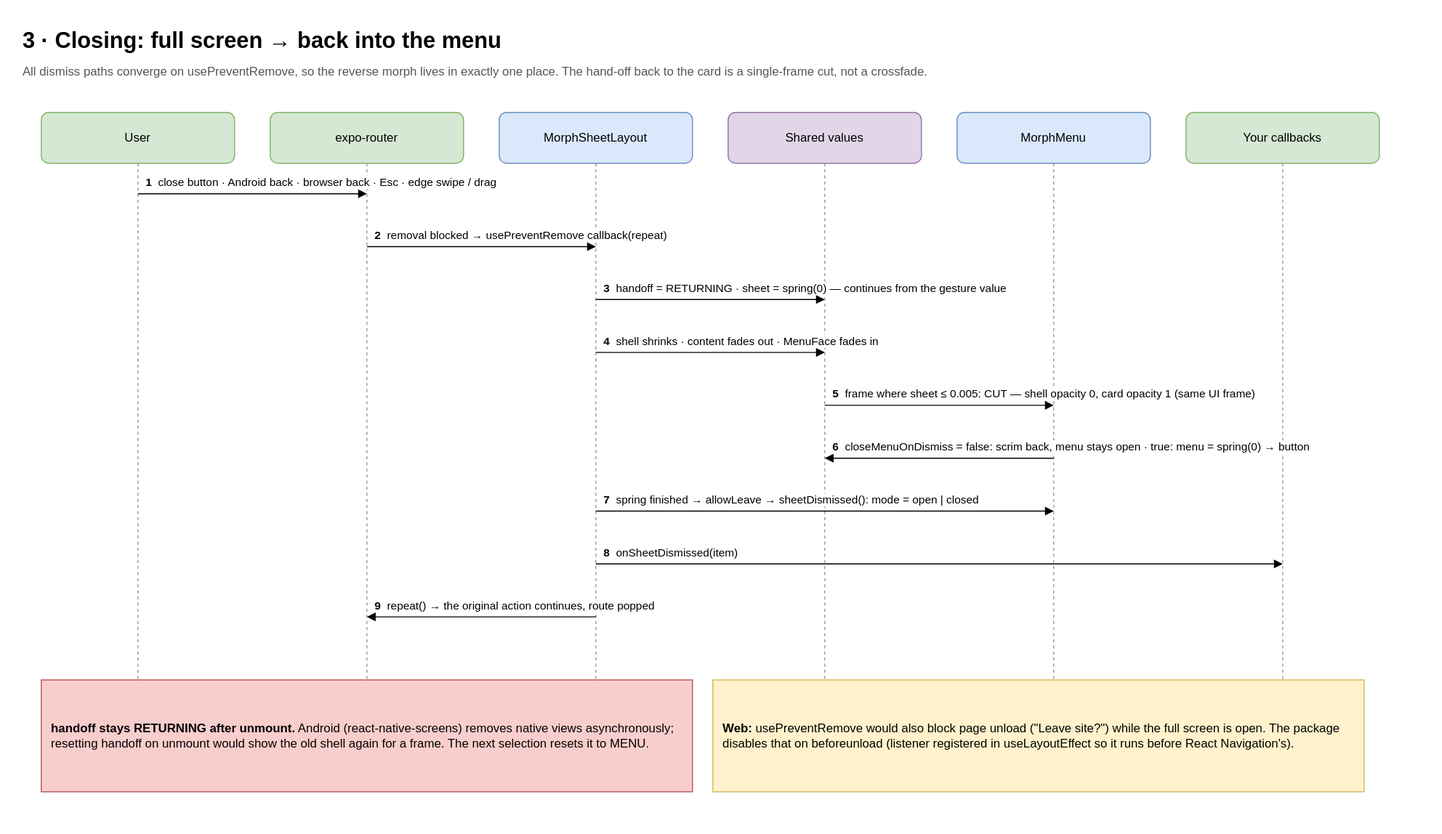
Before: docs/diagrams/svg/en/3-closing.svg, a diagram exported from draw.io (anhtuank7c/expo-morph-menu). Source tidied: cells renumbered, new cells last; positions are measured from the earlier drawing's top-left corner, leaving out a move shared by most shapes. Source of this version:
```xml
<mxGraphModel background="#ffffff">
  <root>
    <mxCell id="0" />
    <mxCell id="1" parent="0" />
    <mxCell id="2" value="3 · Closing: full screen → back into the menu" style="text;html=1;fontSize=22;fontStyle=1;align=left;verticalAlign=top;" parent="1" vertex="1">
      <mxGeometry width="900" height="34" as="geometry" />
    </mxCell>
    <mxCell id="3" value="All dismiss paths converge on usePreventRemove, so the reverse morph lives in exactly one place. The hand-off back to the card is a single-frame cut, not a crossfade." style="text;html=1;fontSize=12;fontColor=#555555;align=left;verticalAlign=top;whiteSpace=wrap;" parent="1" vertex="1">
      <mxGeometry y="36" width="1250" height="40" as="geometry" />
    </mxCell>
    <mxCell id="4" value="User" style="rounded=1;whiteSpace=wrap;html=1;fillColor=#d5e8d4;strokeColor=#82b366;" parent="1" vertex="1">
      <mxGeometry x="20" y="90" width="190" height="50" as="geometry" />
    </mxCell>
    <mxCell id="5" style="endArrow=none;dashed=1;html=1;strokeColor=#999999;" parent="1" edge="1">
      <mxGeometry relative="1" as="geometry">
        <mxPoint x="115" y="140" as="sourcePoint" />
        <mxPoint x="115" y="740" as="targetPoint" />
      </mxGeometry>
    </mxCell>
    <mxCell id="6" value="expo-router" style="rounded=1;whiteSpace=wrap;html=1;fillColor=#d5e8d4;strokeColor=#82b366;" parent="1" vertex="1">
      <mxGeometry x="245" y="90" width="190" height="50" as="geometry" />
    </mxCell>
    <mxCell id="7" style="endArrow=none;dashed=1;html=1;strokeColor=#999999;" parent="1" edge="1">
      <mxGeometry relative="1" as="geometry">
        <mxPoint x="340" y="140" as="sourcePoint" />
        <mxPoint x="340" y="740" as="targetPoint" />
      </mxGeometry>
    </mxCell>
    <mxCell id="8" value="MorphSheetLayout" style="rounded=1;whiteSpace=wrap;html=1;fillColor=#dae8fc;strokeColor=#6c8ebf;" parent="1" vertex="1">
      <mxGeometry x="470" y="90" width="190" height="50" as="geometry" />
    </mxCell>
    <mxCell id="9" style="endArrow=none;dashed=1;html=1;strokeColor=#999999;" parent="1" edge="1">
      <mxGeometry relative="1" as="geometry">
        <mxPoint x="565" y="140" as="sourcePoint" />
        <mxPoint x="565" y="740" as="targetPoint" />
      </mxGeometry>
    </mxCell>
    <mxCell id="10" value="Shared values" style="rounded=1;whiteSpace=wrap;html=1;fillColor=#e1d5e7;strokeColor=#9673a6;" parent="1" vertex="1">
      <mxGeometry x="695" y="90" width="190" height="50" as="geometry" />
    </mxCell>
    <mxCell id="11" style="endArrow=none;dashed=1;html=1;strokeColor=#999999;" parent="1" edge="1">
      <mxGeometry relative="1" as="geometry">
        <mxPoint x="790" y="140" as="sourcePoint" />
        <mxPoint x="790" y="740" as="targetPoint" />
      </mxGeometry>
    </mxCell>
    <mxCell id="12" value="MorphMenu" style="rounded=1;whiteSpace=wrap;html=1;fillColor=#dae8fc;strokeColor=#6c8ebf;" parent="1" vertex="1">
      <mxGeometry x="920" y="90" width="190" height="50" as="geometry" />
    </mxCell>
    <mxCell id="13" style="endArrow=none;dashed=1;html=1;strokeColor=#999999;" parent="1" edge="1">
      <mxGeometry relative="1" as="geometry">
        <mxPoint x="1015" y="140" as="sourcePoint" />
        <mxPoint x="1015" y="740" as="targetPoint" />
      </mxGeometry>
    </mxCell>
    <mxCell id="14" value="Your callbacks" style="rounded=1;whiteSpace=wrap;html=1;fillColor=#d5e8d4;strokeColor=#82b366;" parent="1" vertex="1">
      <mxGeometry x="1145" y="90" width="190" height="50" as="geometry" />
    </mxCell>
    <mxCell id="15" style="endArrow=none;dashed=1;html=1;strokeColor=#999999;" parent="1" edge="1">
      <mxGeometry relative="1" as="geometry">
        <mxPoint x="1240" y="140" as="sourcePoint" />
        <mxPoint x="1240" y="740" as="targetPoint" />
      </mxGeometry>
    </mxCell>
    <mxCell id="16" style="endArrow=block;endFill=1;html=1;" parent="1" edge="1">
      <mxGeometry relative="1" as="geometry">
        <mxPoint x="115" y="170" as="sourcePoint" />
        <mxPoint x="340" y="170" as="targetPoint" />
      </mxGeometry>
    </mxCell>
    <mxCell id="17" value="&lt;b&gt;1&lt;/b&gt;&amp;nbsp; close button · Android back · browser back · Esc · edge swipe / drag" style="text;html=1;fontSize=11;align=left;verticalAlign=bottom;whiteSpace=wrap;labelBackgroundColor=#ffffff;" parent="1" vertex="1">
      <mxGeometry x="121" y="136" width="560" height="32" as="geometry" />
    </mxCell>
    <mxCell id="18" style="endArrow=block;endFill=1;html=1;" parent="1" edge="1">
      <mxGeometry relative="1" as="geometry">
        <mxPoint x="340" y="222" as="sourcePoint" />
        <mxPoint x="565" y="222" as="targetPoint" />
      </mxGeometry>
    </mxCell>
    <mxCell id="19" value="&lt;b&gt;2&lt;/b&gt;&amp;nbsp; removal blocked → usePreventRemove callback(repeat)" style="text;html=1;fontSize=11;align=left;verticalAlign=bottom;whiteSpace=wrap;labelBackgroundColor=#ffffff;" parent="1" vertex="1">
      <mxGeometry x="346" y="188" width="560" height="32" as="geometry" />
    </mxCell>
    <mxCell id="20" style="endArrow=block;endFill=1;html=1;" parent="1" edge="1">
      <mxGeometry relative="1" as="geometry">
        <mxPoint x="565" y="274" as="sourcePoint" />
        <mxPoint x="790" y="274" as="targetPoint" />
      </mxGeometry>
    </mxCell>
    <mxCell id="21" value="&lt;b&gt;3&lt;/b&gt;&amp;nbsp; handoff = RETURNING · sheet = spring(0) — continues from the gesture value" style="text;html=1;fontSize=11;align=left;verticalAlign=bottom;whiteSpace=wrap;labelBackgroundColor=#ffffff;" parent="1" vertex="1">
      <mxGeometry x="571" y="240" width="560" height="32" as="geometry" />
    </mxCell>
    <mxCell id="22" style="endArrow=block;endFill=1;html=1;" parent="1" edge="1">
      <mxGeometry relative="1" as="geometry">
        <mxPoint x="565" y="326" as="sourcePoint" />
        <mxPoint x="790" y="326" as="targetPoint" />
      </mxGeometry>
    </mxCell>
    <mxCell id="23" value="&lt;b&gt;4&lt;/b&gt;&amp;nbsp; shell shrinks · content fades out · MenuFace fades in" style="text;html=1;fontSize=11;align=left;verticalAlign=bottom;whiteSpace=wrap;labelBackgroundColor=#ffffff;" parent="1" vertex="1">
      <mxGeometry x="571" y="292" width="560" height="32" as="geometry" />
    </mxCell>
    <mxCell id="24" style="endArrow=block;endFill=1;html=1;" parent="1" edge="1">
      <mxGeometry relative="1" as="geometry">
        <mxPoint x="790" y="378" as="sourcePoint" />
        <mxPoint x="1015" y="378" as="targetPoint" />
      </mxGeometry>
    </mxCell>
    <mxCell id="25" value="&lt;b&gt;5&lt;/b&gt;&amp;nbsp; frame where sheet ≤ 0.005: CUT — shell opacity 0, card opacity 1 (same UI frame)" style="text;html=1;fontSize=11;align=left;verticalAlign=bottom;whiteSpace=wrap;labelBackgroundColor=#ffffff;" parent="1" vertex="1">
      <mxGeometry x="796" y="344" width="560" height="32" as="geometry" />
    </mxCell>
    <mxCell id="26" style="endArrow=block;endFill=1;html=1;" parent="1" edge="1">
      <mxGeometry relative="1" as="geometry">
        <mxPoint x="1015" y="430" as="sourcePoint" />
        <mxPoint x="790" y="430" as="targetPoint" />
      </mxGeometry>
    </mxCell>
    <mxCell id="27" value="&lt;b&gt;6&lt;/b&gt;&amp;nbsp; closeMenuOnDismiss = false: scrim back, menu stays open · true: menu = spring(0) → button" style="text;html=1;fontSize=11;align=left;verticalAlign=bottom;whiteSpace=wrap;labelBackgroundColor=#ffffff;" parent="1" vertex="1">
      <mxGeometry x="796" y="396" width="560" height="32" as="geometry" />
    </mxCell>
    <mxCell id="28" style="endArrow=block;endFill=1;html=1;" parent="1" edge="1">
      <mxGeometry relative="1" as="geometry">
        <mxPoint x="565" y="482" as="sourcePoint" />
        <mxPoint x="1015" y="482" as="targetPoint" />
      </mxGeometry>
    </mxCell>
    <mxCell id="29" value="&lt;b&gt;7&lt;/b&gt;&amp;nbsp; spring finished → allowLeave → sheetDismissed(): mode = open | closed" style="text;html=1;fontSize=11;align=left;verticalAlign=bottom;whiteSpace=wrap;labelBackgroundColor=#ffffff;" parent="1" vertex="1">
      <mxGeometry x="571" y="448" width="560" height="32" as="geometry" />
    </mxCell>
    <mxCell id="30" style="endArrow=block;endFill=1;html=1;" parent="1" edge="1">
      <mxGeometry relative="1" as="geometry">
        <mxPoint x="565" y="534" as="sourcePoint" />
        <mxPoint x="1240" y="534" as="targetPoint" />
      </mxGeometry>
    </mxCell>
    <mxCell id="31" value="&lt;b&gt;8&lt;/b&gt;&amp;nbsp; onSheetDismissed(item)" style="text;html=1;fontSize=11;align=left;verticalAlign=bottom;whiteSpace=wrap;labelBackgroundColor=#ffffff;" parent="1" vertex="1">
      <mxGeometry x="571" y="500" width="663" height="32" as="geometry" />
    </mxCell>
    <mxCell id="32" style="endArrow=block;endFill=1;html=1;" parent="1" edge="1">
      <mxGeometry relative="1" as="geometry">
        <mxPoint x="565" y="586" as="sourcePoint" />
        <mxPoint x="340" y="586" as="targetPoint" />
      </mxGeometry>
    </mxCell>
    <mxCell id="33" value="&lt;b&gt;9&lt;/b&gt;&amp;nbsp; repeat() → the original action continues, route popped" style="text;html=1;fontSize=11;align=left;verticalAlign=bottom;whiteSpace=wrap;labelBackgroundColor=#ffffff;" parent="1" vertex="1">
      <mxGeometry x="346" y="552" width="560" height="32" as="geometry" />
    </mxCell>
    <mxCell id="34" value="&lt;b&gt;handoff stays RETURNING after unmount.&lt;/b&gt; Android (react-native-screens) removes native views asynchronously; resetting handoff on unmount would show the old shell again for a frame. The next selection resets it to MENU." style="rounded=0;whiteSpace=wrap;html=1;fillColor=#f8cecc;strokeColor=#b85450;align=left;spacingLeft=8;spacingRight=8;" parent="1" vertex="1">
      <mxGeometry x="20" y="648" width="640" height="110" as="geometry" />
    </mxCell>
    <mxCell id="35" value="&lt;b&gt;Web:&lt;/b&gt; usePreventRemove would also block page unload (&quot;Leave site?&quot;) while the full screen is open. The package disables that on beforeunload (listener registered in useLayoutEffect so it runs before React Navigation's)." style="rounded=0;whiteSpace=wrap;html=1;fillColor=#fff2cc;strokeColor=#d6b656;align=left;spacingLeft=8;spacingRight=8;" parent="1" vertex="1">
      <mxGeometry x="680" y="648" width="640" height="110" as="geometry" />
    </mxCell>
  </root>
</mxGraphModel>
```
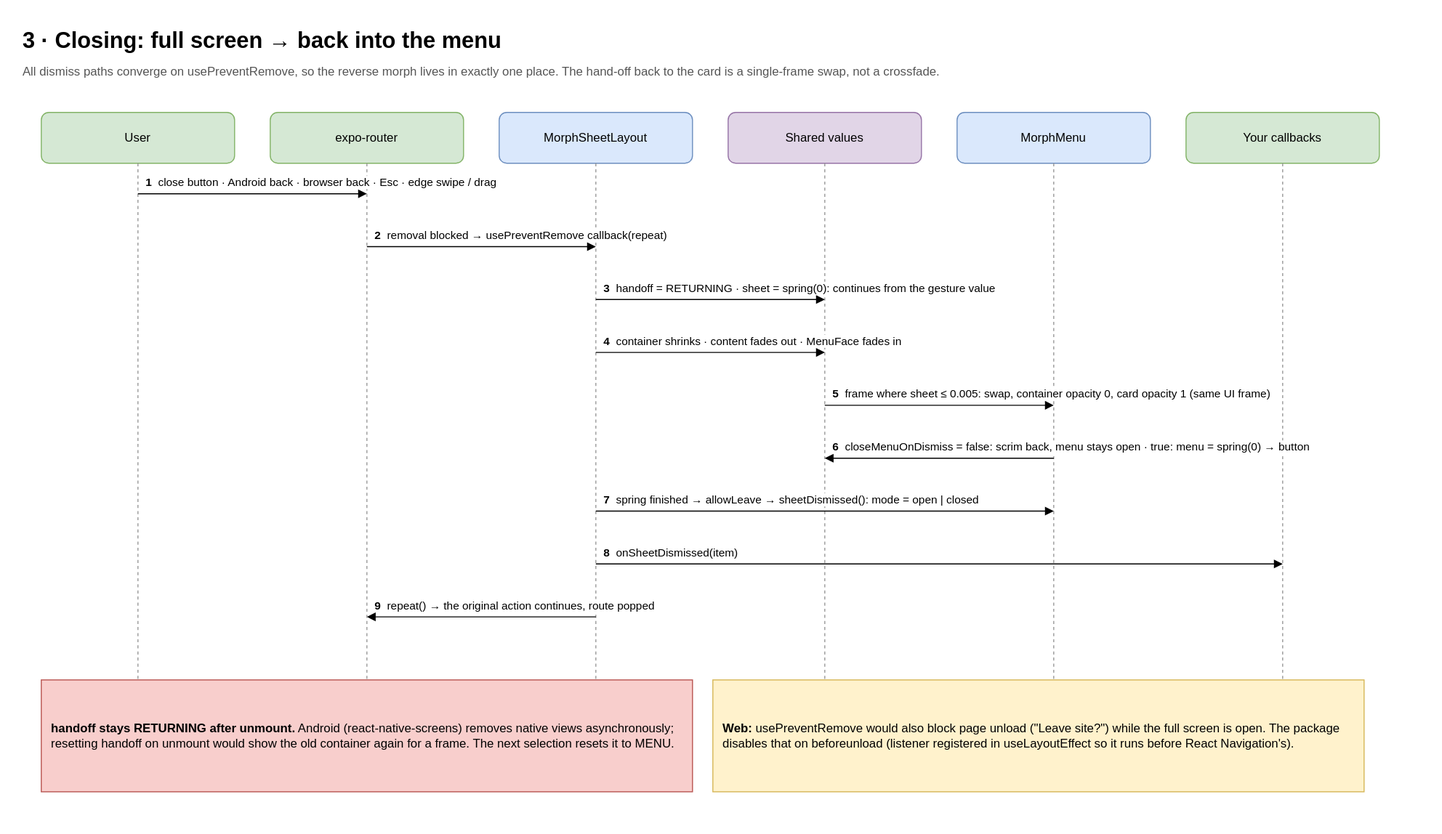
After the commit.

Diff of the diagram source:
```diff
@@ -5,7 +5,7 @@
     <mxCell id="2" value="3 · Closing: full screen → back into the menu" style="text;html=1;fontSize=22;fontStyle=1;align=left;verticalAlign=top;" parent="1" vertex="1">
       <mxGeometry width="900" height="34" as="geometry" />
     </mxCell>
-    <mxCell id="3" value="All dismiss paths converge on usePreventRemove, so the reverse morph lives in exactly one place. The hand-off back to the card is a single-frame cut, not a crossfade." style="text;html=1;fontSize=12;fontColor=#555555;align=left;verticalAlign=top;whiteSpace=wrap;" parent="1" vertex="1">
+    <mxCell id="3" value="All dismiss paths converge on usePreventRemove, so the reverse morph lives in exactly one place. The hand-off back to the card is a single-frame swap, not a crossfade." style="text;html=1;fontSize=12;fontColor=#555555;align=left;verticalAlign=top;whiteSpace=wrap;" parent="1" vertex="1">
       <mxGeometry y="36" width="1250" height="40" as="geometry" />
     </mxCell>
     <mxCell id="4" value="User" style="rounded=1;whiteSpace=wrap;html=1;fillColor=#d5e8d4;strokeColor=#82b366;" parent="1" vertex="1">
@@ -86,7 +86,7 @@
         <mxPoint x="790" y="274" as="targetPoint" />
       </mxGeometry>
     </mxCell>
-    <mxCell id="21" value="&lt;b&gt;3&lt;/b&gt;&amp;nbsp; handoff = RETURNING · sheet = spring(0) — continues from the gesture value" style="text;html=1;fontSize=11;align=left;verticalAlign=bottom;whiteSpace=wrap;labelBackgroundColor=#ffffff;" parent="1" vertex="1">
+    <mxCell id="21" value="&lt;b&gt;3&lt;/b&gt;&amp;nbsp; handoff = RETURNING · sheet = spring(0): continues from the gesture value" style="text;html=1;fontSize=11;align=left;verticalAlign=bottom;whiteSpace=wrap;labelBackgroundColor=#ffffff;" parent="1" vertex="1">
       <mxGeometry x="571" y="240" width="560" height="32" as="geometry" />
     </mxCell>
     <mxCell id="22" style="endArrow=block;endFill=1;html=1;" parent="1" edge="1">
@@ -95,7 +95,7 @@
         <mxPoint x="790" y="326" as="targetPoint" />
       </mxGeometry>
     </mxCell>
-    <mxCell id="23" value="&lt;b&gt;4&lt;/b&gt;&amp;nbsp; shell shrinks · content fades out · MenuFace fades in" style="text;html=1;fontSize=11;align=left;verticalAlign=bottom;whiteSpace=wrap;labelBackgroundColor=#ffffff;" parent="1" vertex="1">
+    <mxCell id="23" value="&lt;b&gt;4&lt;/b&gt;&amp;nbsp; container shrinks · content fades out · MenuFace fades in" style="text;html=1;fontSize=11;align=left;verticalAlign=bottom;whiteSpace=wrap;labelBackgroundColor=#ffffff;" parent="1" vertex="1">
       <mxGeometry x="571" y="292" width="560" height="32" as="geometry" />
     </mxCell>
     <mxCell id="24" style="endArrow=block;endFill=1;html=1;" parent="1" edge="1">
@@ -104,7 +104,7 @@
         <mxPoint x="1015" y="378" as="targetPoint" />
       </mxGeometry>
     </mxCell>
-    <mxCell id="25" value="&lt;b&gt;5&lt;/b&gt;&amp;nbsp; frame where sheet ≤ 0.005: CUT — shell opacity 0, card opacity 1 (same UI frame)" style="text;html=1;fontSize=11;align=left;verticalAlign=bottom;whiteSpace=wrap;labelBackgroundColor=#ffffff;" parent="1" vertex="1">
+    <mxCell id="25" value="&lt;b&gt;5&lt;/b&gt;&amp;nbsp; frame where sheet ≤ 0.005: swap, container opacity 0, card opacity 1 (same UI frame)" style="text;html=1;fontSize=11;align=left;verticalAlign=bottom;whiteSpace=wrap;labelBackgroundColor=#ffffff;" parent="1" vertex="1">
       <mxGeometry x="796" y="344" width="560" height="32" as="geometry" />
     </mxCell>
     <mxCell id="26" style="endArrow=block;endFill=1;html=1;" parent="1" edge="1">
@@ -143,7 +143,7 @@
     <mxCell id="33" value="&lt;b&gt;9&lt;/b&gt;&amp;nbsp; repeat() → the original action continues, route popped" style="text;html=1;fontSize=11;align=left;verticalAlign=bottom;whiteSpace=wrap;labelBackgroundColor=#ffffff;" parent="1" vertex="1">
       <mxGeometry x="346" y="552" width="560" height="32" as="geometry" />
     </mxCell>
-    <mxCell id="34" value="&lt;b&gt;handoff stays RETURNING after unmount.&lt;/b&gt; Android (react-native-screens) removes native views asynchronously; resetting handoff on unmount would show the old shell again for a frame. The next selection resets it to MENU." style="rounded=0;whiteSpace=wrap;html=1;fillColor=#f8cecc;strokeColor=#b85450;align=left;spacingLeft=8;spacingRight=8;" parent="1" vertex="1">
+    <mxCell id="34" value="&lt;b&gt;handoff stays RETURNING after unmount.&lt;/b&gt; Android (react-native-screens) removes native views asynchronously; resetting handoff on unmount would show the old container again for a frame. The next selection resets it to MENU." style="rounded=0;whiteSpace=wrap;html=1;fillColor=#f8cecc;strokeColor=#b85450;align=left;spacingLeft=8;spacingRight=8;" parent="1" vertex="1">
       <mxGeometry x="20" y="648" width="640" height="110" as="geometry" />
     </mxCell>
     <mxCell id="35" value="&lt;b&gt;Web:&lt;/b&gt; usePreventRemove would also block page unload (&quot;Leave site?&quot;) while the full screen is open. The package disables that on beforeunload (listener registered in useLayoutEffect so it runs before React Navigation's)." style="rounded=0;whiteSpace=wrap;html=1;fillColor=#fff2cc;strokeColor=#d6b656;align=left;spacingLeft=8;spacingRight=8;" parent="1" vertex="1">
```
